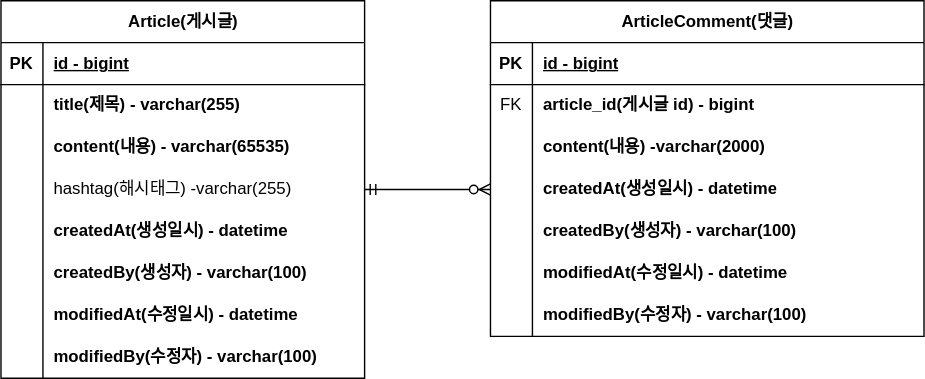
The draw.io diagram document/project-board-erd.svg in checkIn97/fastcampus-project-board, before a commit. Source tidied: cells renumbered, new cells last; positions are measured from the earlier drawing's top-left corner, leaving out a move shared by most shapes.
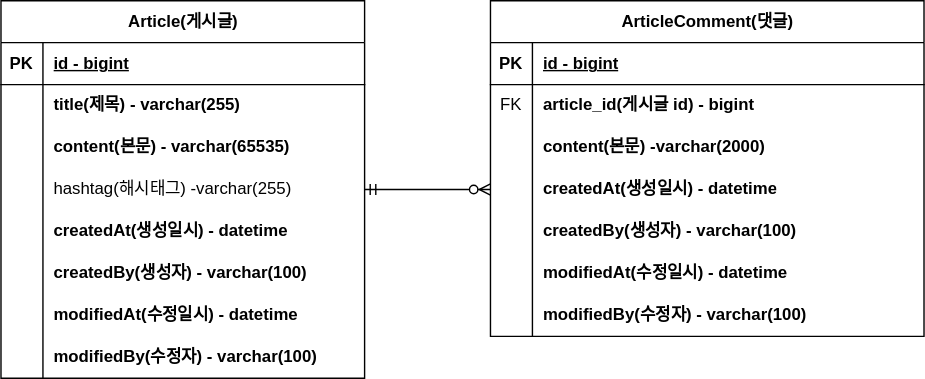
Later version of the same file.

Commit message:
#8 - ERD 설명 업데이트

Diff of the diagram source:
```diff
@@ -29,7 +29,7 @@
     <mxCell id="10" style="shape=partialRectangle;fillColor=none;top=0;left=0;bottom=0;right=0;overflow=hidden;whiteSpace=wrap;html=1;" parent="9" vertex="1">
       <mxGeometry width="30" height="30" as="geometry" />
     </mxCell>
-    <mxCell id="11" value="content(내용) - varchar(65535)" style="shape=partialRectangle;fillColor=none;top=0;left=0;bottom=0;right=0;align=left;spacingLeft=6;overflow=hidden;whiteSpace=wrap;html=1;fontStyle=1;" parent="9" vertex="1">
+    <mxCell id="11" value="content(본문) - varchar(65535)" style="shape=partialRectangle;fillColor=none;top=0;left=0;bottom=0;right=0;align=left;spacingLeft=6;overflow=hidden;whiteSpace=wrap;html=1;fontStyle=1;" parent="9" vertex="1">
       <mxGeometry x="30" width="230" height="30" as="geometry" />
     </mxCell>
     <mxCell id="12" style="shape=tableRow;horizontal=0;startSize=0;swimlaneHead=0;swimlaneBody=0;fillColor=none;points=[[0,0.5],[1,0.5]];portConstraint=eastwest;top=0;left=0;right=0;bottom=0;" parent="2" vertex="1">
@@ -104,7 +104,7 @@
     <mxCell id="35" style="shape=partialRectangle;fillColor=none;top=0;left=0;bottom=0;right=0;overflow=hidden;whiteSpace=wrap;html=1;" parent="34" vertex="1">
       <mxGeometry width="30" height="30" as="geometry" />
     </mxCell>
-    <mxCell id="36" value="content(내용) -varchar(2000)" style="shape=partialRectangle;fillColor=none;top=0;left=0;bottom=0;right=0;align=left;spacingLeft=6;overflow=hidden;whiteSpace=wrap;html=1;fontStyle=1;" parent="34" vertex="1">
+    <mxCell id="36" value="content(본문) -varchar(2000)" style="shape=partialRectangle;fillColor=none;top=0;left=0;bottom=0;right=0;align=left;spacingLeft=6;overflow=hidden;whiteSpace=wrap;html=1;fontStyle=1;" parent="34" vertex="1">
       <mxGeometry x="30" width="280" height="30" as="geometry" />
     </mxCell>
     <mxCell id="37" style="shape=tableRow;horizontal=0;startSize=0;swimlaneHead=0;swimlaneBody=0;fillColor=none;points=[[0,0.5],[1,0.5]];portConstraint=eastwest;top=0;left=0;right=0;bottom=0;" parent="27" vertex="1">
```
